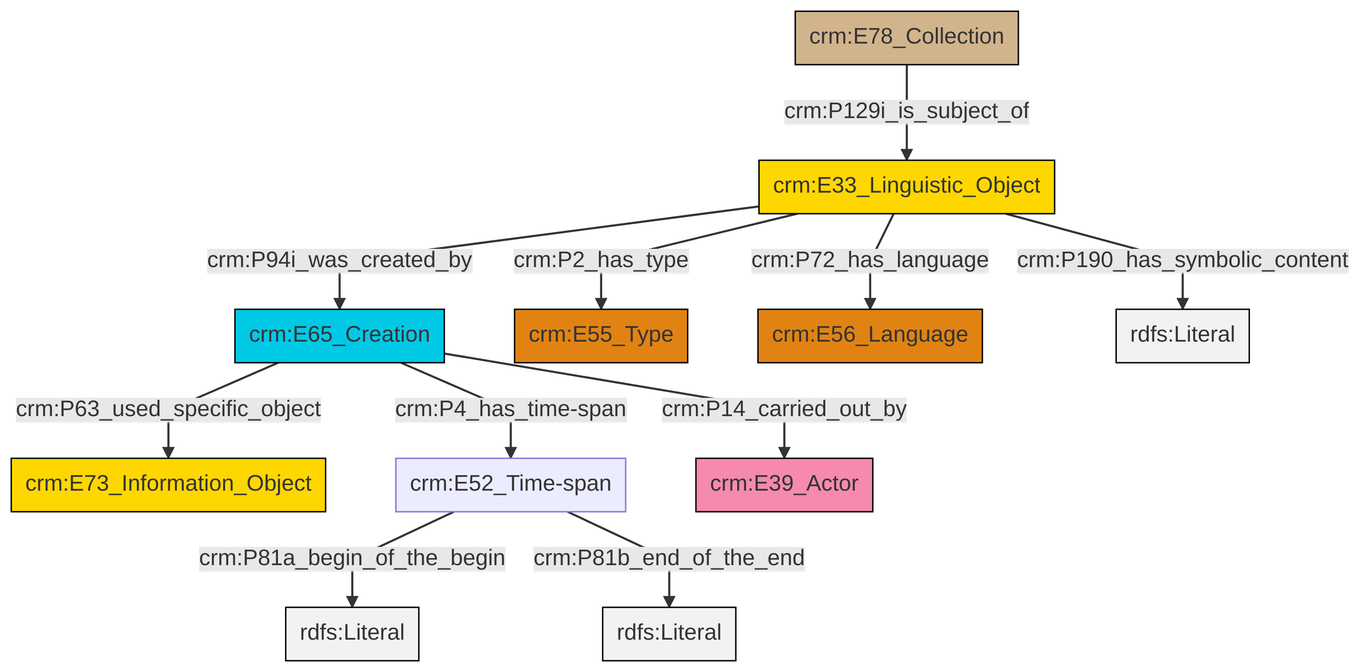
The Mermaid diagram et/archivalCSV/ttl/mmd/png/archival_desc.png in swiss-art-research-net/docs.swissartresearch, before a commit. Its source is kept beside it as et/archivalCSV/ttl/mmd/archival_desc.ttl.mmd.
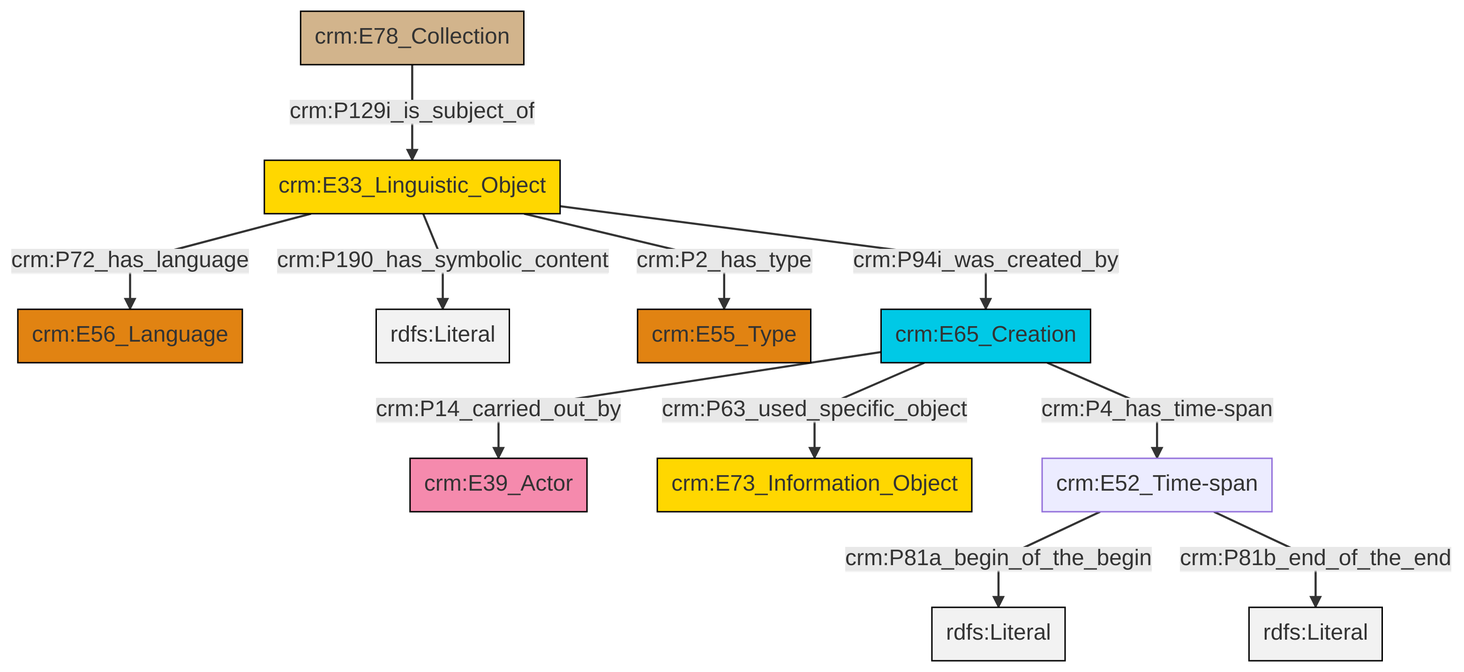
The same file after the commit.

The edit, as a diff of the source:
```diff
@@ -13,13 +13,13 @@
 classDef PC_Classes fill:#4ce600, stroke:#000000;
 classDef Multi fill:#cccccc,stroke:#000000;
 
-0["crm:E65_Creation"]:::Temporal_Entity -->|crm:P63_used_specific_object| 1["crm:E73_Information_Object"]:::Conceptual_Object
-4["crm:E33_Linguistic_Object"]:::Conceptual_Object -->|crm:P94i_was_created_by| 0["crm:E65_Creation"]:::Temporal_Entity
-4["crm:E33_Linguistic_Object"]:::Conceptual_Object -->|crm:P2_has_type| 5["crm:E55_Type"]:::Type
-6["crm:E52_Time-span"]:::Default -->|crm:P81a_begin_of_the_begin| 8[rdfs:Literal]:::Literal
-6["crm:E52_Time-span"]:::Default -->|crm:P81b_end_of_the_end| 9[rdfs:Literal]:::Literal
-4["crm:E33_Linguistic_Object"]:::Conceptual_Object -->|crm:P72_has_language| 10["crm:E56_Language"]:::Type
-0["crm:E65_Creation"]:::Temporal_Entity -->|crm:P4_has_time-span| 6["crm:E52_Time-span"]:::Default
-2["crm:E78_Collection"]:::Physical_Thing -->|crm:P129i_is_subject_of| 4["crm:E33_Linguistic_Object"]:::Conceptual_Object
-4["crm:E33_Linguistic_Object"]:::Conceptual_Object -->|crm:P190_has_symbolic_content| 12[rdfs:Literal]:::Literal
-0["crm:E65_Creation"]:::Temporal_Entity -->|crm:P14_carried_out_by| 15["crm:E39_Actor"]:::Actor
+0["crm:E33_Linguistic_Object"]:::Conceptual_Object -->|crm:P72_has_language| 1["crm:E56_Language"]:::Type
+0["crm:E33_Linguistic_Object"]:::Conceptual_Object -->|crm:P190_has_symbolic_content| 2[rdfs:Literal]:::Literal
+11["crm:E78_Collection"]:::Physical_Thing -->|crm:P129i_is_subject_of| 0["crm:E33_Linguistic_Object"]:::Conceptual_Object
+0["crm:E33_Linguistic_Object"]:::Conceptual_Object -->|crm:P2_has_type| 3["crm:E55_Type"]:::Type
+15["crm:E52_Time-span"]:::Default -->|crm:P81a_begin_of_the_begin| 16[rdfs:Literal]:::Literal
+9["crm:E65_Creation"]:::Temporal_Entity -->|crm:P14_carried_out_by| 7["crm:E39_Actor"]:::Actor
+15["crm:E52_Time-span"]:::Default -->|crm:P81b_end_of_the_end| 17[rdfs:Literal]:::Literal
+0["crm:E33_Linguistic_Object"]:::Conceptual_Object -->|crm:P94i_was_created_by| 9["crm:E65_Creation"]:::Temporal_Entity
+9["crm:E65_Creation"]:::Temporal_Entity -->|crm:P63_used_specific_object| 12["crm:E73_Information_Object"]:::Conceptual_Object
+9["crm:E65_Creation"]:::Temporal_Entity -->|crm:P4_has_time-span| 15["crm:E52_Time-span"]:::Default
```
